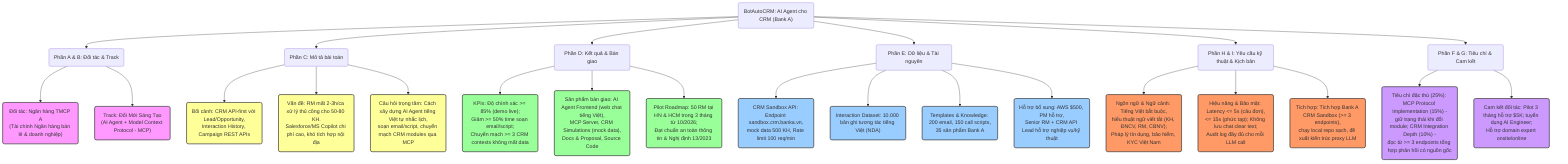
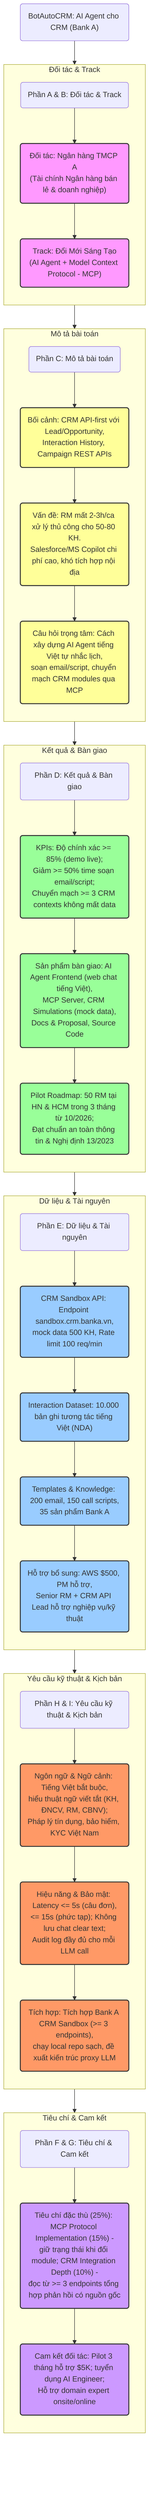
- graph TD
+ flowchart TD
    %% Định nghĩa Style
    classDef partner fill:#f9f,stroke:#333,stroke-width:2px;
    classDef problem fill:#ff9,stroke:#333,stroke-width:2px;
    classDef deliverable fill:#9f9,stroke:#333,stroke-width:2px;
    classDef data fill:#9cf,stroke:#333,stroke-width:2px;
    classDef technical fill:#f96,stroke:#333,stroke-width:2px;
    classDef score fill:#c9f,stroke:#333,stroke-width:2px;

-     %% Nút Gốc
-     Root("BotAutoCRM: AI Agent cho CRM (Bank A)") --> PartnerInfo("Phần A & B: Đối tác & Track")
-     Root --> ProblemDesc("Phần C: Mô tả bài toán")
-     Root --> Deliverables("Phần D: Kết quả & Bàn giao")
-     Root --> Resources("Phần E: Dữ liệu & Tài nguyên")
-     Root --> TechnicalReq("Phần H & I: Yêu cầu kỹ thuật & Kịch bản")
-     Root --> Scoring("Phần F & G: Tiêu chí & Cam kết")
+     Root("BotAutoCRM: AI Agent cho CRM (Bank A)")

-     %% Đối tác & Track
-     PartnerInfo --> P1("Đối tác: Ngân hàng TMCP A<br/>(Tài chính Ngân hàng bán lẻ & doanh nghiệp)"):::partner
-     PartnerInfo --> P2("Track: Đổi Mới Sáng Tạo<br/>(AI Agent + Model Context Protocol - MCP)"):::partner
+     %% Trục chính chạy dọc (Top-Down) kết nối các phần
+     Root --> PartnerInfo("Phần A & B: Đối tác & Track")
+     PartnerInfo --> ProblemDesc("Phần C: Mô tả bài toán")
+     ProblemDesc --> Deliverables("Phần D: Kết quả & Bàn giao")
+     Deliverables --> Resources("Phần E: Dữ liệu & Tài nguyên")
+     Resources --> TechnicalReq("Phần H & I: Yêu cầu kỹ thuật & Kịch bản")
+     TechnicalReq --> Scoring("Phần F & G: Tiêu chí & Cam kết")

-     %% Mô tả bài toán
-     ProblemDesc --> PB1("Bối cảnh: CRM API-first với Lead/Opportunity,<br/>Interaction History, Campaign REST APIs"):::problem
-     ProblemDesc --> PB2("Vấn đề: RM mất 2-3h/ca xử lý thủ công cho 50-80 KH.<br/>Salesforce/MS Copilot chi phí cao, khó tích hợp nội địa"):::problem
-     ProblemDesc --> PB3("Câu hỏi trọng tâm: Cách xây dựng AI Agent tiếng Việt tự nhắc lịch,<br/>soạn email/script, chuyển mạch CRM modules qua MCP"):::problem
+     %% Các nhánh chi tiết xếp dọc bên dưới các node chính tương ứng
+     subgraph Sec_Partner ["Đối tác & Track"]
+         direction TB
+         PartnerInfo --> P1("Đối tác: Ngân hàng TMCP A<br/>(Tài chính Ngân hàng bán lẻ & doanh nghiệp)"):::partner
+         P1 --> P2("Track: Đổi Mới Sáng Tạo<br/>(AI Agent + Model Context Protocol - MCP)"):::partner
+     end

-     %% Kết quả & Bàn giao
-     Deliverables --> D1("KPIs: Độ chính xác >= 85% (demo live);<br/>Giảm >= 50% time soạn email/script;<br/>Chuyển mạch >= 3 CRM contexts không mất data"):::deliverable
-     Deliverables --> D2("Sản phẩm bàn giao: AI Agent Frontend (web chat tiếng Việt),<br/>MCP Server, CRM Simulations (mock data),<br/>Docs & Proposal, Source Code"):::deliverable
-     Deliverables --> D3("Pilot Roadmap: 50 RM tại HN & HCM trong 3 tháng từ 10/2026;<br/>Đạt chuẩn an toàn thông tin & Nghị định 13/2023"):::deliverable
+     subgraph Sec_Problem ["Mô tả bài toán"]
+         direction TB
+         ProblemDesc --> PB1("Bối cảnh: CRM API-first với Lead/Opportunity,<br/>Interaction History, Campaign REST APIs"):::problem
+         PB1 --> PB2("Vấn đề: RM mất 2-3h/ca xử lý thủ công cho 50-80 KH.<br/>Salesforce/MS Copilot chi phí cao, khó tích hợp nội địa"):::problem
+         PB2 --> PB3("Câu hỏi trọng tâm: Cách xây dựng AI Agent tiếng Việt tự nhắc lịch,<br/>soạn email/script, chuyển mạch CRM modules qua MCP"):::problem
+     end

-     %% Dữ liệu & Tài nguyên
-     Resources --> R1("CRM Sandbox API: Endpoint sandbox.crm.banka.vn,<br/>mock data 500 KH, Rate limit 100 req/min"):::data
-     Resources --> R2("Interaction Dataset: 10.000 bản ghi tương tác tiếng Việt (NDA)"):::data
-     Resources --> R3("Templates & Knowledge: 200 email, 150 call scripts,<br/>35 sản phẩm Bank A"):::data
-     Resources --> R4("Hỗ trợ bổ sung: AWS $500, PM hỗ trợ,<br/>Senior RM + CRM API Lead hỗ trợ nghiệp vụ/kỹ thuật"):::data
+     subgraph Sec_Deliverables ["Kết quả & Bàn giao"]
+         direction TB
+         Deliverables --> D1("KPIs: Độ chính xác >= 85% (demo live);<br/>Giảm >= 50% time soạn email/script;<br/>Chuyển mạch >= 3 CRM contexts không mất data"):::deliverable
+         D1 --> D2("Sản phẩm bàn giao: AI Agent Frontend (web chat tiếng Việt),<br/>MCP Server, CRM Simulations (mock data),<br/>Docs & Proposal, Source Code"):::deliverable
+         D2 --> D3("Pilot Roadmap: 50 RM tại HN & HCM trong 3 tháng từ 10/2026;<br/>Đạt chuẩn an toàn thông tin & Nghị định 13/2023"):::deliverable
+     end

-     %% Yêu cầu kỹ thuật
-     TechnicalReq --> T1("Ngôn ngữ & Ngữ cảnh: Tiếng Việt bắt buộc,<br/>hiểu thuật ngữ viết tắt (KH, ĐNCV, RM, CBNV);<br/>Pháp lý tín dụng, bảo hiểm, KYC Việt Nam"):::technical
-     TechnicalReq --> T2("Hiệu năng & Bảo mật: Latency <= 5s (câu đơn),<br/><= 15s (phức tạp); Không lưu chat clear text;<br/>Audit log đầy đủ cho mỗi LLM call"):::technical
-     TechnicalReq --> T3("Tích hợp: Tích hợp Bank A CRM Sandbox (>= 3 endpoints),<br/>chạy local repo sạch, đề xuất kiến trúc proxy LLM"):::technical
+     subgraph Sec_Resources ["Dữ liệu & Tài nguyên"]
+         direction TB
+         Resources --> R1("CRM Sandbox API: Endpoint sandbox.crm.banka.vn,<br/>mock data 500 KH, Rate limit 100 req/min"):::data
+         R1 --> R2("Interaction Dataset: 10.000 bản ghi tương tác tiếng Việt (NDA)"):::data
+         R2 --> R3("Templates & Knowledge: 200 email, 150 call scripts,<br/>35 sản phẩm Bank A"):::data
+         R3 --> R4("Hỗ trợ bổ sung: AWS $500, PM hỗ trợ,<br/>Senior RM + CRM API Lead hỗ trợ nghiệp vụ/kỹ thuật"):::data
+     end

-     %% Tiêu chí & Cam kết
-     Scoring --> S1("Tiêu chí đặc thù (25%): MCP Protocol Implementation (15%) -<br/>giữ trạng thái khi đổi module; CRM Integration Depth (10%) -<br/>đọc từ >= 3 endpoints tổng hợp phản hồi có nguồn gốc"):::score
-     Scoring --> S2("Cam kết đối tác: Pilot 3 tháng hỗ trợ $5K; tuyển dụng AI Engineer;<br/>Hỗ trợ domain expert onsite/online"):::score
+     subgraph Sec_Technical ["Yêu cầu kỹ thuật & Kịch bản"]
+         direction TB
+         TechnicalReq --> T1("Ngôn ngữ & Ngữ cảnh: Tiếng Việt bắt buộc,<br/>hiểu thuật ngữ viết tắt (KH, ĐNCV, RM, CBNV);<br/>Pháp lý tín dụng, bảo hiểm, KYC Việt Nam"):::technical
+         T1 --> T2("Hiệu năng & Bảo mật: Latency <= 5s (câu đơn),<br/><= 15s (phức tạp); Không lưu chat clear text;<br/>Audit log đầy đủ cho mỗi LLM call"):::technical
+         T2 --> T3("Tích hợp: Tích hợp Bank A CRM Sandbox (>= 3 endpoints),<br/>chạy local repo sạch, đề xuất kiến trúc proxy LLM"):::technical
+     end
+ 
+     subgraph Sec_Scoring ["Tiêu chí & Cam kết"]
+         direction TB
+         Scoring --> S1("Tiêu chí đặc thù (25%): MCP Protocol Implementation (15%) -<br/>giữ trạng thái khi đổi module; CRM Integration Depth (10%) -<br/>đọc từ >= 3 endpoints tổng hợp phản hồi có nguồn gốc"):::score
+         S1 --> S2("Cam kết đối tác: Pilot 3 tháng hỗ trợ $5K; tuyển dụng AI Engineer;<br/>Hỗ trợ domain expert onsite/online"):::score
+     end
+ 
